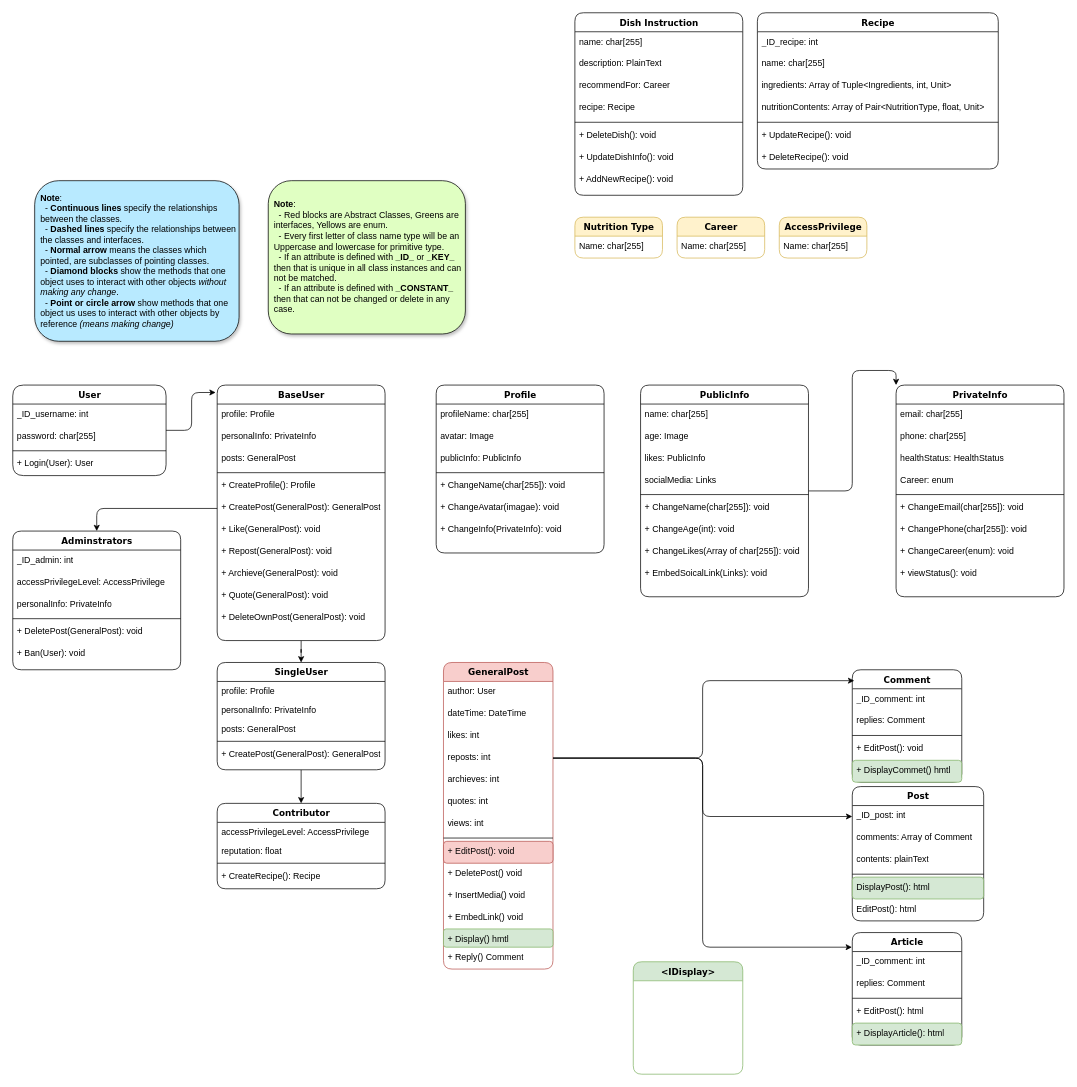
The draw.io diagram Class_Diagram.drawio in KyoTranKMA/DRP-Website, before the edit. Source tidied: cells renumbered, new cells numbered last; positions are measured from the earlier drawing's top-left corner, leaving out a move shared by most shapes. Both pictures are drawn from the tidied source at 73%, with x=0, y=0 at pixel (12, 12).
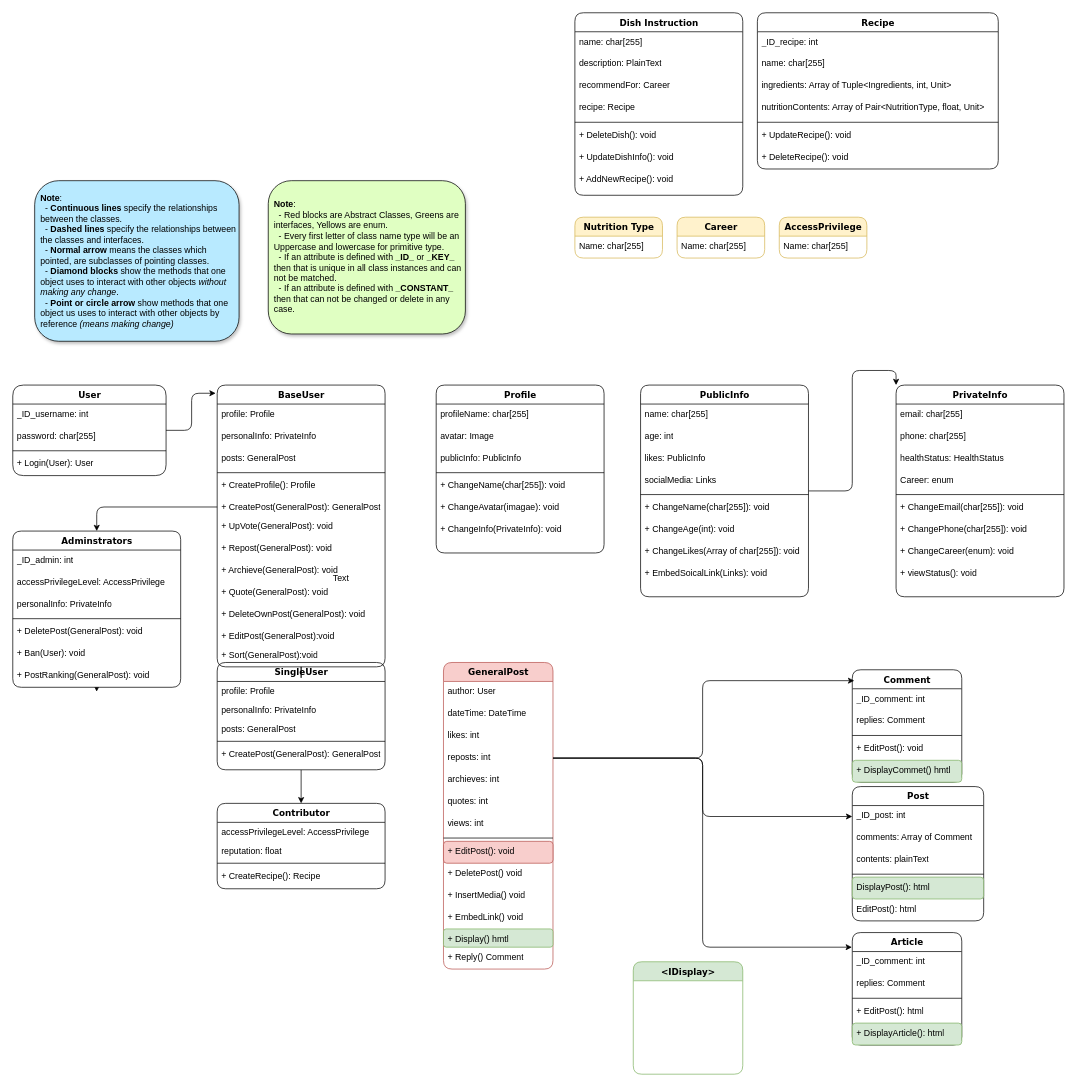
After the change.

Unchanged cells that the change refers to:
```xml
<mxCell id="67" value="PublicInfo" style="swimlane;html=1;fontStyle=1;align=center;verticalAlign=top;horizontal=1;startSize=26;swimlaneFillColor=#ffffff;rounded=1;shadow=0;comic=0;labelBackgroundColor=none;strokeWidth=1;fillColor=none;fontFamily=Verdana;fontSize=12;" parent="1" vertex="1">
  <mxGeometry x="860" y="510" width="230" height="290" as="geometry" />
</mxCell>
```

Diff of the diagram source:
```diff
@@
     <mxCell id="8" value="BaseUser" style="swimlane;html=1;fontStyle=1;align=center;verticalAlign=top;horizontal=1;startSize=26;swimlaneFillColor=#ffffff;rounded=1;shadow=0;comic=0;labelBackgroundColor=none;strokeWidth=1;fillColor=none;fontFamily=Verdana;fontSize=12;" parent="1" vertex="1">
-      <mxGeometry x="280" y="510" width="230" height="350" as="geometry" />
+      <mxGeometry x="280" y="510" width="230" height="386" as="geometry" />
     </mxCell>
@@
     <mxCell id="14" value="+ CreatePost(GeneralPost): GeneralPost" style="text;html=1;strokeColor=none;fillColor=none;align=left;verticalAlign=top;spacingLeft=4;spacingRight=4;whiteSpace=wrap;overflow=hidden;points=[[0,0.5],[1,0.5]];portConstraint=eastwest;labelBackgroundColor=none;rounded=1;" parent="8" vertex="1">
-      <mxGeometry y="154" width="230" height="30" as="geometry" />
+      <mxGeometry y="154" width="230" height="26" as="geometry" />
     </mxCell>
-    <mxCell id="15" value="+ Like(GeneralPost): void&amp;nbsp;" style="text;html=1;strokeColor=none;fillColor=none;align=left;verticalAlign=top;spacingLeft=4;spacingRight=4;whiteSpace=wrap;overflow=hidden;labelBackgroundColor=none;rounded=1;" parent="8" vertex="1">
-      <mxGeometry y="184" width="230" height="30" as="geometry" />
+    <mxCell id="15" value="+ UpVote(GeneralPost): void&amp;nbsp;" style="text;html=1;strokeColor=none;fillColor=none;align=left;verticalAlign=top;spacingLeft=4;spacingRight=4;whiteSpace=wrap;overflow=hidden;labelBackgroundColor=none;rounded=1;" parent="8" vertex="1">
+      <mxGeometry y="180" width="230" height="30" as="geometry" />
     </mxCell>
     <mxCell id="16" value="+ Repost(GeneralPost): void&amp;nbsp;" style="text;html=1;strokeColor=none;fillColor=none;align=left;verticalAlign=top;spacingLeft=4;spacingRight=4;whiteSpace=wrap;overflow=hidden;labelBackgroundColor=none;rounded=1;" parent="8" vertex="1">
-      <mxGeometry y="214" width="230" height="30" as="geometry" />
+      <mxGeometry y="210" width="230" height="30" as="geometry" />
     </mxCell>
     <mxCell id="17" value="+ Archieve(GeneralPost): void&amp;nbsp;" style="text;html=1;strokeColor=none;fillColor=none;align=left;verticalAlign=top;spacingLeft=4;spacingRight=4;whiteSpace=wrap;overflow=hidden;labelBackgroundColor=none;rounded=1;fontStyle=0;" parent="8" vertex="1">
-      <mxGeometry y="244" width="230" height="30" as="geometry" />
+      <mxGeometry y="240" width="230" height="30" as="geometry" />
     </mxCell>
     <mxCell id="18" value="+ Quote(GeneralPost): void&amp;nbsp;" style="text;html=1;strokeColor=none;fillColor=none;align=left;verticalAlign=top;spacingLeft=4;spacingRight=4;whiteSpace=wrap;overflow=hidden;labelBackgroundColor=none;rounded=1;fontStyle=0;" parent="8" vertex="1">
-      <mxGeometry y="274" width="230" height="30" as="geometry" />
+      <mxGeometry y="270" width="230" height="30" as="geometry" />
     </mxCell>
     <mxCell id="19" value="+ DeleteOwnPost(GeneralPost): void&amp;nbsp;" style="text;html=1;strokeColor=none;fillColor=none;align=left;verticalAlign=top;spacingLeft=4;spacingRight=4;whiteSpace=wrap;overflow=hidden;labelBackgroundColor=none;rounded=1;fontStyle=0;" parent="8" vertex="1">
-      <mxGeometry y="304" width="230" height="30" as="geometry" />
+      <mxGeometry y="300" width="230" height="30" as="geometry" />
     </mxCell>
+    <mxCell id="133" value="+ EditPost(GeneralPost):void" style="text;html=1;strokeColor=none;fillColor=none;align=left;verticalAlign=top;spacingLeft=4;spacingRight=4;whiteSpace=wrap;overflow=hidden;labelBackgroundColor=none;rounded=1;" parent="8" vertex="1">
+      <mxGeometry y="330" width="230" height="26" as="geometry" />
+    </mxCell>
+    <mxCell id="134" value="+ Sort(GeneralPost):void" style="text;html=1;strokeColor=none;fillColor=none;align=left;verticalAlign=top;spacingLeft=4;spacingRight=4;whiteSpace=wrap;overflow=hidden;labelBackgroundColor=none;rounded=1;" parent="8" vertex="1">
+      <mxGeometry y="356" width="230" height="26" as="geometry" />
+    </mxCell>
@@
+    <mxCell id="135" style="edgeStyle=orthogonalEdgeStyle;rounded=0;jettySize=auto;html=1;exitX=0.5;exitY=1;exitDx=0;exitDy=0;" parent="1" edge="1" source="53">
+      <mxGeometry relative="1" as="geometry">
+        <mxPoint x="114.9" y="930" as="targetPoint" />
+      </mxGeometry>
+    </mxCell>
     <mxCell id="53" value="Adminstrators" style="swimlane;html=1;fontStyle=1;align=center;verticalAlign=top;horizontal=1;startSize=26;swimlaneFillColor=#ffffff;rounded=1;shadow=0;comic=0;labelBackgroundColor=none;strokeWidth=1;fillColor=none;fontFamily=Verdana;fontSize=12;" parent="1" vertex="1">
-      <mxGeometry y="710" width="230" height="190" as="geometry" />
+      <mxGeometry y="710" width="230" height="214" as="geometry" />
     </mxCell>
@@
+    <mxCell id="136" value="+ PostRanking(GeneralPost): void" style="text;html=1;strokeColor=none;fillColor=none;align=left;verticalAlign=top;spacingLeft=4;spacingRight=4;whiteSpace=wrap;overflow=hidden;labelBackgroundColor=none;rounded=1;" parent="53" vertex="1">
+      <mxGeometry y="184" width="230" height="30" as="geometry" />
+    </mxCell>
@@
-    <mxCell id="69" value="age: Image" style="text;html=1;strokeColor=none;fillColor=none;align=left;verticalAlign=top;spacingLeft=4;spacingRight=4;whiteSpace=wrap;overflow=hidden;labelBackgroundColor=none;rounded=1;" parent="67" vertex="1">
+    <mxCell id="69" value="age: int" style="text;html=1;strokeColor=none;fillColor=none;align=left;verticalAlign=top;spacingLeft=4;spacingRight=4;whiteSpace=wrap;overflow=hidden;labelBackgroundColor=none;rounded=1;" parent="67" vertex="1">
       <mxGeometry y="56" width="230" height="30" as="geometry" />
     </mxCell>
@@
+    <mxCell id="137" value="Text" style="text;strokeColor=none;align=center;fillColor=none;html=1;verticalAlign=middle;whiteSpace=wrap;rounded=0;" parent="1" vertex="1">
+      <mxGeometry x="420" y="760" width="60" height="30" as="geometry" />
+    </mxCell>
```
